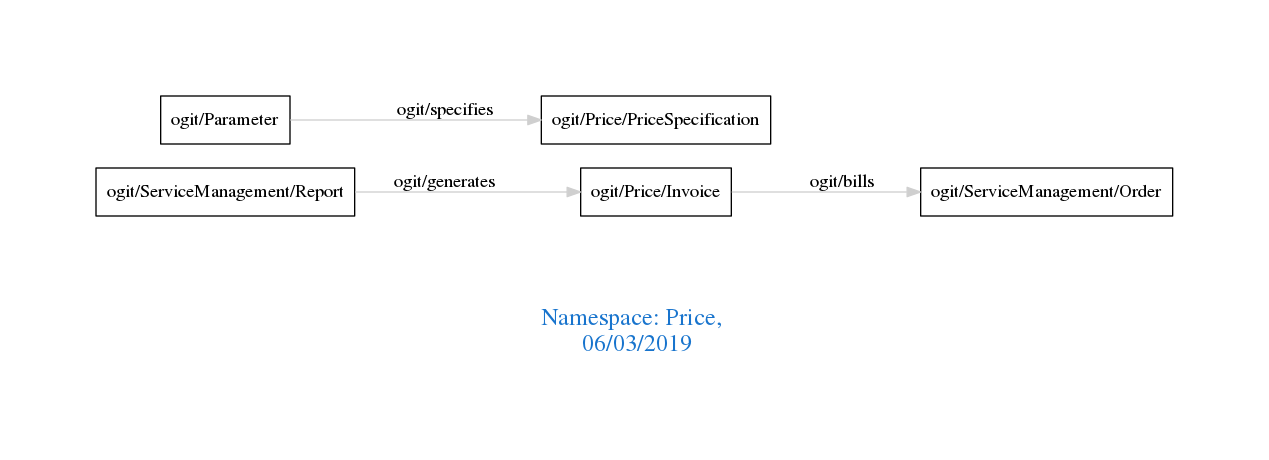
arago/OGIT keeps this Graphviz diagram as downloads/Price.png. Above is the earlier version. Its source is kept beside it as downloads/Price.dot.
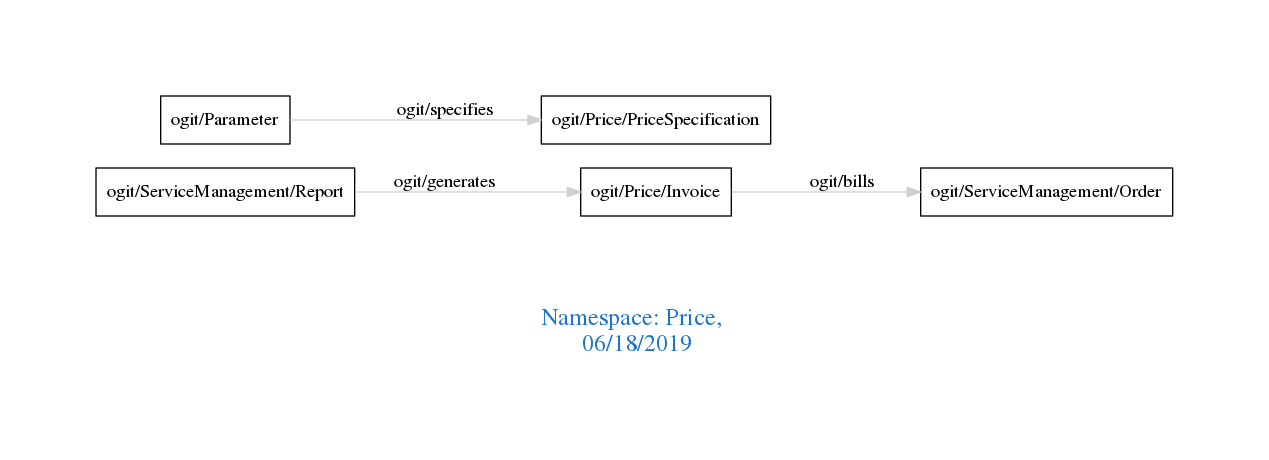
Later version of the same file.

Diff of the diagram source:
```diff
@@ -1,7 +1,7 @@
 digraph OGIT_ontology {
  graph [ rankdir= LR,pad=1
 fontsize = 18,
-fontcolor= dodgerblue3,label = "\n\n\nNamespace: Price, \n 06/03/2019"];
+fontcolor= dodgerblue3,label = "\n\n\nNamespace: Price, \n 06/18/2019"];
 node[shape=polygon];
 edge [  color="gray81"];
 
```
